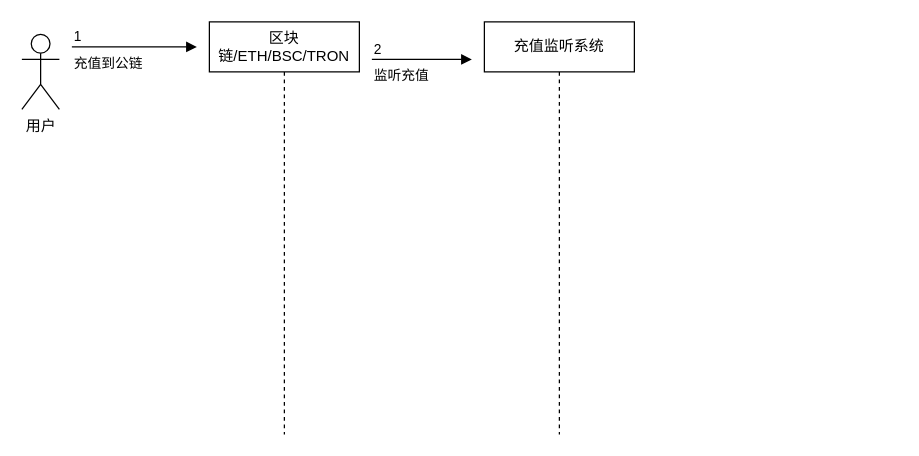
Earlier version of the draw.io diagram nft.drawio (ForLina/sxc_contract). Source tidied: cells renumbered, new cells numbered last; positions are measured from the earlier drawing's top-left corner, leaving out a move shared by most shapes. Both pictures are drawn from the tidied source at 125%, with x=0, y=0 at pixel (21, 21).
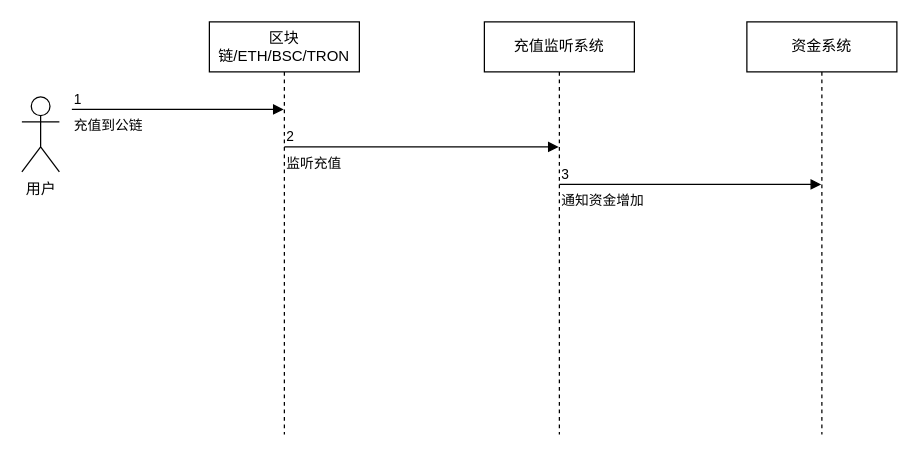
After the change.

The edit, as a diff of the source:
```diff
@@
 <mxGraphModel>
   <root>
     <mxCell id="0" />
     <mxCell id="1" parent="0" />
     <mxCell id="2" value="区块链/ETH/BSC/TRON" style="shape=umlLifeline;perimeter=lifelinePerimeter;whiteSpace=wrap;html=1;outlineConnect=0;" parent="1" vertex="1">
       <mxGeometry x="150" width="120" height="330" as="geometry" />
     </mxCell>
+    <mxCell id="7" value="监听充值" style="endArrow=block;endFill=1;html=1;edgeStyle=orthogonalEdgeStyle;align=left;verticalAlign=top;rounded=0;" parent="2" edge="1" target="6">
+      <mxGeometry x="-1" relative="1" as="geometry">
+        <mxPoint x="60" y="100" as="sourcePoint" />
+        <Array as="points">
+          <mxPoint x="210" y="100" />
+          <mxPoint x="210" y="100" />
+        </Array>
+      </mxGeometry>
+    </mxCell>
+    <mxCell id="8" value="2" style="edgeLabel;html=1;align=left;verticalAlign=bottom;" parent="7" vertex="1">
+      <mxGeometry x="-1" relative="1" as="geometry" />
+    </mxCell>
     <mxCell id="3" value="用户" style="shape=umlActor;verticalLabelPosition=bottom;verticalAlign=top;html=1;" parent="1" vertex="1">
-      <mxGeometry y="10" width="30" height="60" as="geometry" />
+      <mxGeometry y="60" width="30" height="60" as="geometry" />
     </mxCell>
-    <mxCell id="4" value="充值到公链" style="endArrow=block;endFill=1;html=1;edgeStyle=orthogonalEdgeStyle;align=left;verticalAlign=top;rounded=0;" parent="1" edge="1">
+    <mxCell id="4" value="充值到公链" style="endArrow=block;endFill=1;html=1;edgeStyle=orthogonalEdgeStyle;align=left;verticalAlign=top;rounded=0;" parent="1" edge="1" target="2">
       <mxGeometry x="-1" relative="1" as="geometry">
-        <mxPoint x="40" y="20" as="sourcePoint" />
-        <mxPoint x="140" y="20" as="targetPoint" />
+        <mxPoint x="40" y="70" as="sourcePoint" />
+        <Array as="points">
+          <mxPoint x="160" y="70" />
+          <mxPoint x="160" y="70" />
+        </Array>
       </mxGeometry>
     </mxCell>
     <mxCell id="5" value="1" style="edgeLabel;html=1;align=left;verticalAlign=bottom;" parent="4" vertex="1">
       <mxGeometry x="-1" relative="1" as="geometry" />
     </mxCell>
     <mxCell id="6" value="充值监听系统" style="shape=umlLifeline;perimeter=lifelinePerimeter;whiteSpace=wrap;html=1;outlineConnect=0;" parent="1" vertex="1">
       <mxGeometry x="370" width="120" height="330" as="geometry" />
     </mxCell>
-    <mxCell id="7" value="监听充值" style="endArrow=block;endFill=1;html=1;edgeStyle=orthogonalEdgeStyle;align=left;verticalAlign=top;rounded=0;" parent="1" edge="1">
-      <mxGeometry x="-1" relative="1" as="geometry">
-        <mxPoint x="280" y="30" as="sourcePoint" />
-        <mxPoint x="360" y="30" as="targetPoint" />
-      </mxGeometry>
-    </mxCell>
-    <mxCell id="8" value="2" style="edgeLabel;html=1;align=left;verticalAlign=bottom;" parent="7" vertex="1">
-      <mxGeometry x="-1" relative="1" as="geometry" />
-    </mxCell>
+    <mxCell id="9" value="通知资金增加" style="endArrow=block;endFill=1;html=1;edgeStyle=orthogonalEdgeStyle;align=left;verticalAlign=top;rounded=0;" parent="6" edge="1" target="11">
+      <mxGeometry x="-1" relative="1" as="geometry">
+        <mxPoint x="60" y="130" as="sourcePoint" />
+        <Array as="points">
+          <mxPoint x="200" y="130" />
+          <mxPoint x="200" y="130" />
+        </Array>
+      </mxGeometry>
+    </mxCell>
+    <mxCell id="10" value="3" style="edgeLabel;html=1;align=left;verticalAlign=bottom;" parent="9" vertex="1">
+      <mxGeometry x="-1" relative="1" as="geometry" />
+    </mxCell>
+    <mxCell id="11" value="资金系统" style="shape=umlLifeline;perimeter=lifelinePerimeter;whiteSpace=wrap;html=1;outlineConnect=0;" parent="1" vertex="1">
+      <mxGeometry x="580" width="120" height="330" as="geometry" />
+    </mxCell>
   </root>
 </mxGraphModel>
```
